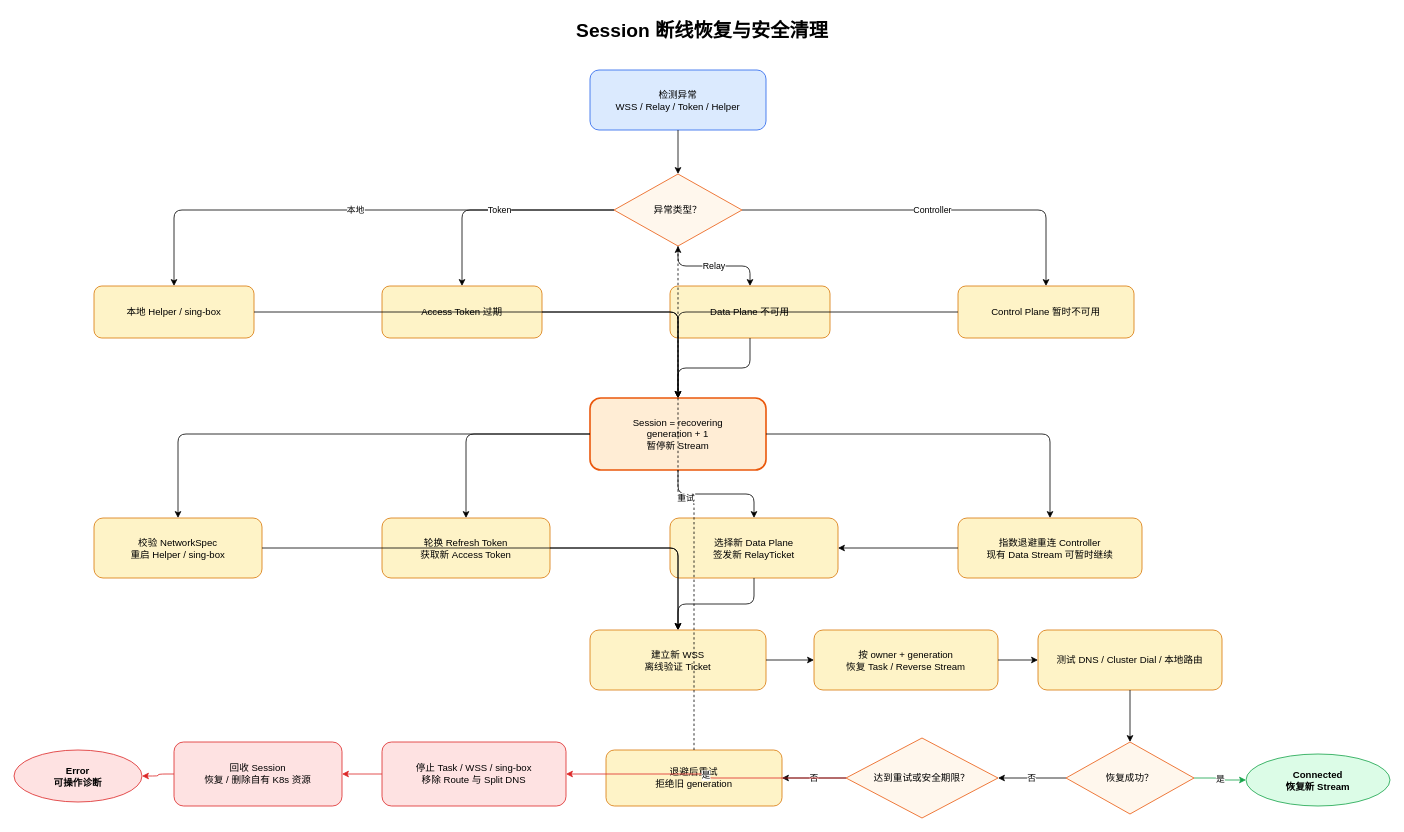
Above: page "06 断线恢复" (6 of 6) of docs/diagrams/kubeloop-v2-architecture.drawio in fengqi-dev/kube-loop (draw.io), before the change. Source tidied: cells renumbered, new cells numbered last; positions are measured from the earlier drawing's top-left corner, leaving out a move shared by most shapes. Both pictures are drawn from the tidied source at 80%, with x=0, y=0 at pixel (14, 14).
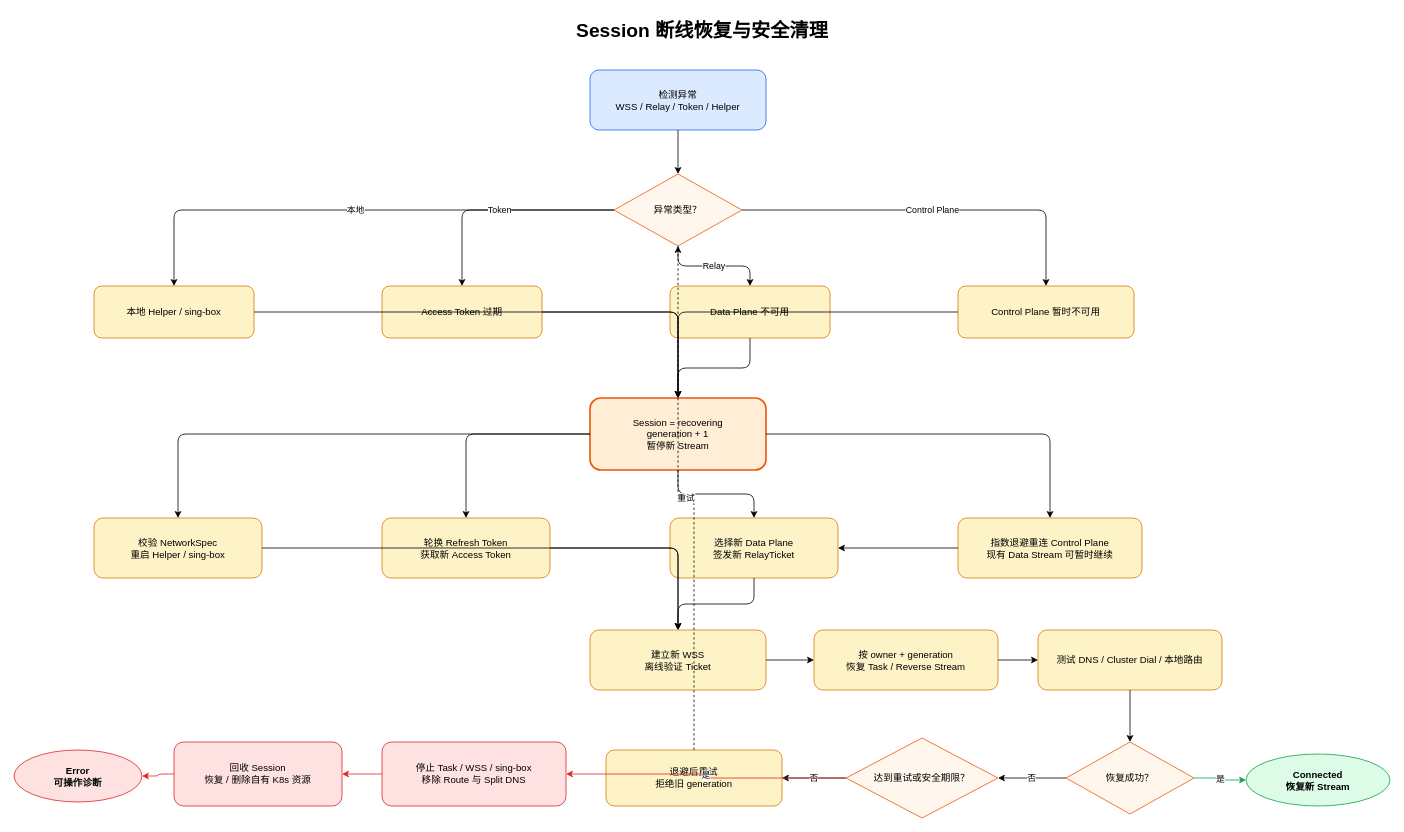
Above is the later version.

The change refers to these unchanged cells:
```xml
<mxCell id="4" value="异常类型？" style="rhombus;whiteSpace=wrap;html=1;fillColor=#fff7ed;strokeColor=#ea580c;" parent="1" vertex="1">
  <mxGeometry x="750" y="200" width="160" height="90" as="geometry" />
</mxCell>
<mxCell id="8" value="Control Plane 暂时不可用" style="rounded=1;whiteSpace=wrap;html=1;fillColor=#fef3c7;strokeColor=#d97706;" parent="1" vertex="1">
  <mxGeometry x="1180" y="340" width="220" height="65" as="geometry" />
</mxCell>
```

What changed in the source:
```diff
@@
-    <mxCell id="13" value="指数退避重连 Controller&lt;br&gt;现有 Data Stream 可暂时继续" style="rounded=1;whiteSpace=wrap;html=1;fillColor=#fef3c7;strokeColor=#d97706;" parent="1" vertex="1">
+    <mxCell id="13" value="指数退避重连 Control Plane&lt;br&gt;现有 Data Stream 可暂时继续" style="rounded=1;whiteSpace=wrap;html=1;fillColor=#fef3c7;strokeColor=#d97706;" parent="1" vertex="1">
       <mxGeometry x="1180" y="630" width="230" height="75" as="geometry" />
     </mxCell>
@@
-    <mxCell id="28" value="Controller" style="edgeStyle=orthogonalEdgeStyle;rounded=1;html=1;" parent="1" edge="1" source="4" target="8">
+    <mxCell id="28" value="Control Plane" style="edgeStyle=orthogonalEdgeStyle;rounded=1;html=1;" parent="1" edge="1" source="4" target="8">
       <mxGeometry relative="1" as="geometry" />
     </mxCell>
```
